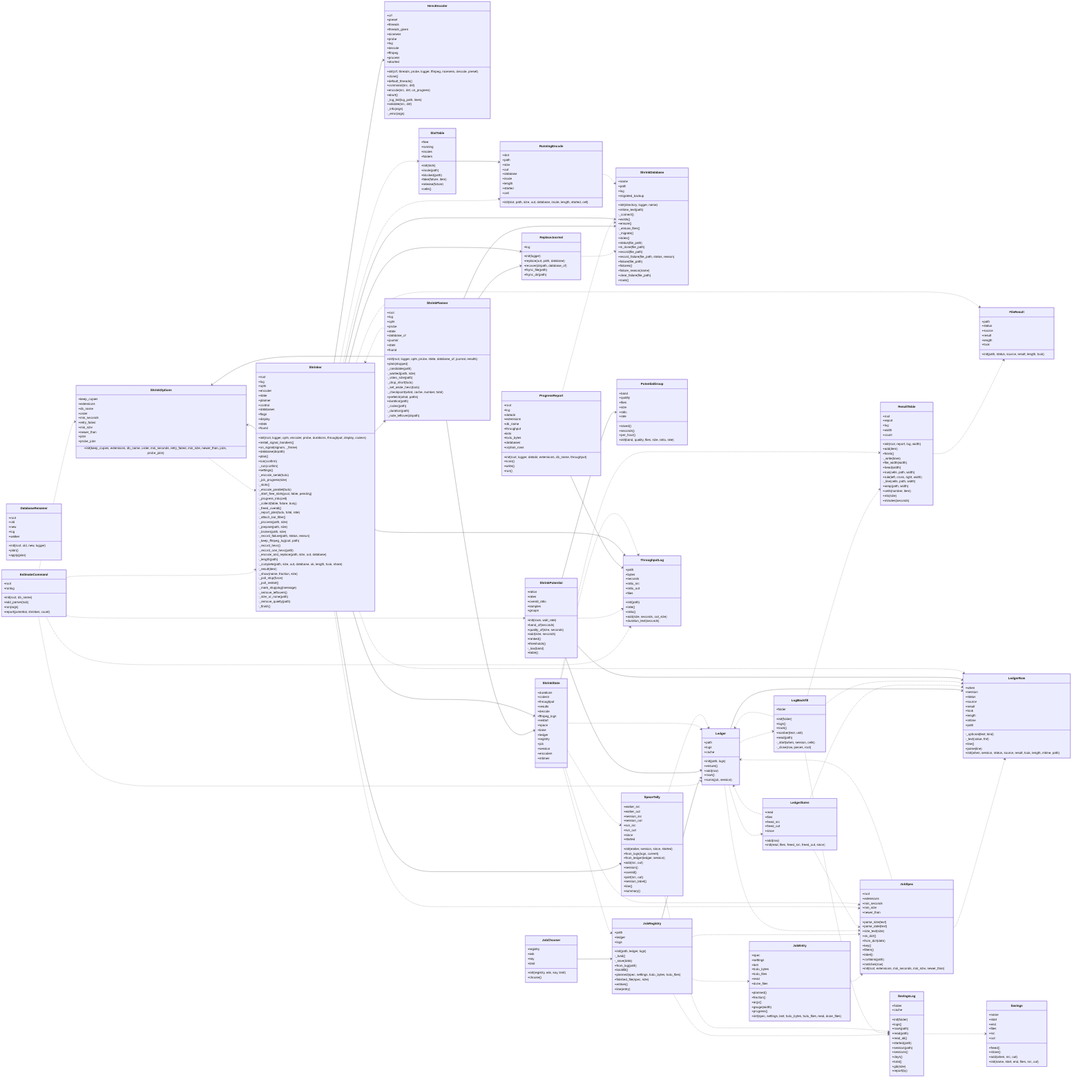
Earlier version of the Mermaid export docs/img/uml_shrink.png (peddanet/mediatools). Its source is kept beside it as docs/img/uml_shrink.mmd.
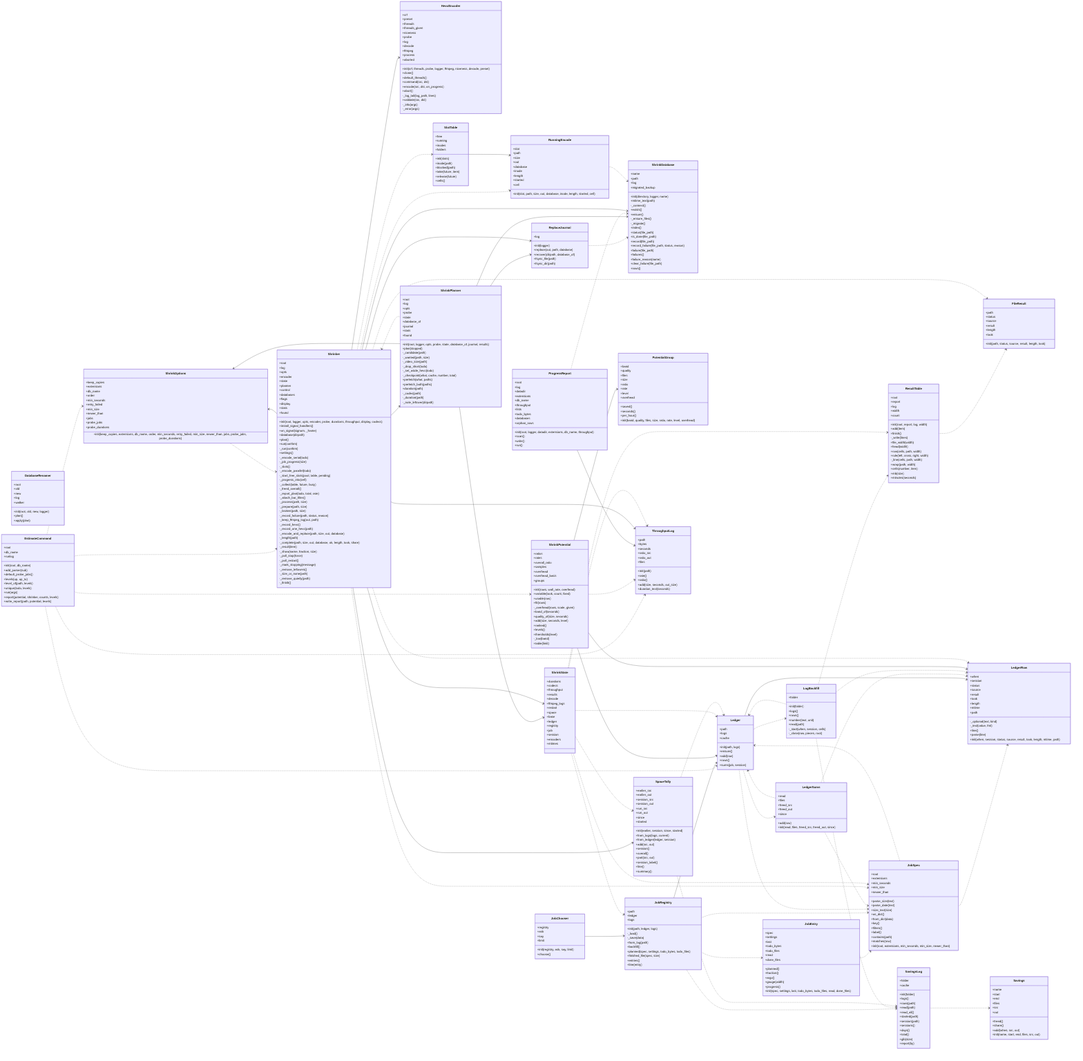
After the commit.

The edit, as a diff of the source:
```diff
@@ -58,11 +58,17 @@
   }
   class EstimateCommand {
     +root
+    +db_name
     +runlog
     +init(root, db_name)
     +add_parser(sub)
+    +default_probe_jobs()
+    +levels(up, up_to)
+    +level_of(path, levels)
+    +unique(todo, levels)
     +run(args)
-    +report(potential, shrinker, count)
+    +report(potential, shrinker, counts, levels)
+    +write_report(path, potential, levels)
   }
   class FileResult {
     +path
@@ -192,7 +198,8 @@
     +newer_than
     +jobs
     +probe_jobs
-    +init(keep_copies, extensions, db_name, order, min_seconds, retry_failed, min_size, newer_than, jobs, probe_jobs)
+    +probe_durations
+    +init(keep_copies, extensions, db_name, order, min_seconds, retry_failed, min_size, newer_than, jobs, probe_jobs, probe_durations)
   }
   class ShrinkPlanner {
     +root
@@ -213,6 +220,7 @@
     -_set_aside_hevc(todo)
     -_checkpoint(what, cache, number, total)
     +prefetch(what, paths)
+    +prefetch_both(paths)
     +duration(path)
     -_codec(path)
     -_duration(path)
@@ -225,25 +233,34 @@
     +size
     +ratio
     +rate
+    +level
+    +overhead
     +saved()
     +seconds()
     +per_hour()
-    +init(band, quality, files, size, ratio, rate)
+    +init(band, quality, files, size, ratio, rate, level, overhead)
   }
   class ShrinkPotential {
     +ratios
     +rates
     +overall_ratio
     +samples
+    +overhead
+    +overhead_basis
     +groups
-    +init(rows, wall_rate)
+    +init(rows, wall_rate, overhead)
+    +variable(took, count, fixed)
+    +usable(row)
+    +fit(rows)
+    -_overhead(rows, scale, given)
     +band_of(seconds)
     +quality_of(size, seconds)
-    +add(size, seconds)
+    +add(size, seconds, level)
     +ranked()
-    +thresholds()
+    +levels()
+    +thresholds(level)
     -_low(band)
-    +table()
+    +table(limit)
   }
   class ProgressReport {
     +root
```
